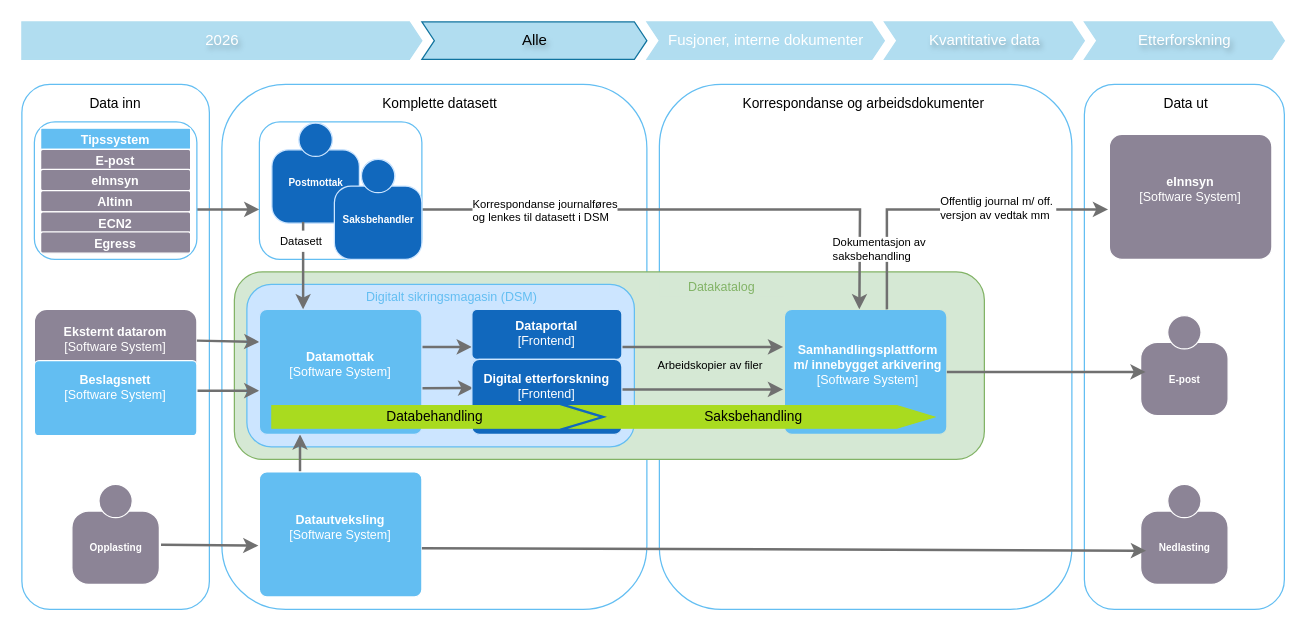
Above: page "2028 Alle" (6 of 9) of dataflyt.drawio in mortenee/draw.io (draw.io), before the change. Source tidied: cells renumbered, new cells numbered last; positions are measured from the earlier drawing's top-left corner, leaving out a move shared by most shapes. Both pictures are drawn from the tidied source at 125%, with x=0, y=0 at pixel (21, 21).
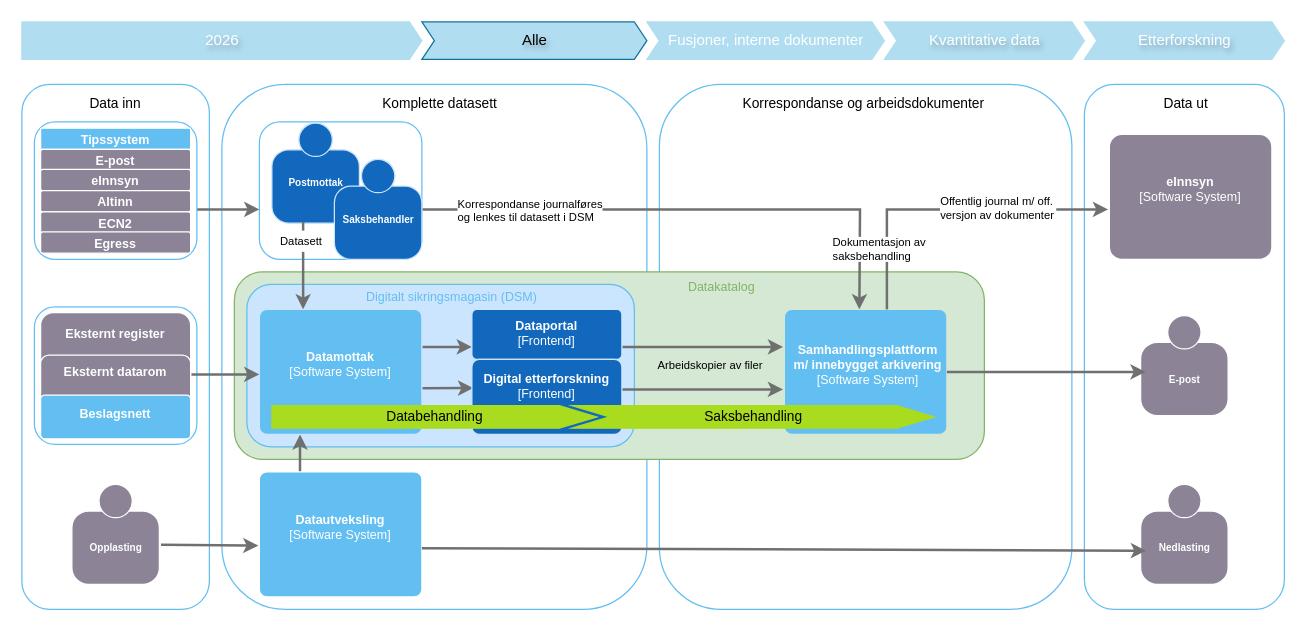
The same diagram, later.

The change refers to these unchanged cells:
```xml
<mxCell id="31" style="edgeStyle=orthogonalEdgeStyle;rounded=0;jettySize=auto;html=1;strokeColor=#707070;strokeWidth=2;fontColor=#707070;exitX=1;exitY=0.5;exitDx=0;exitDy=0;exitPerimeter=0;" parent="1" edge="1" source="58">
  <mxGeometry relative="1" as="geometry">
    <mxPoint x="670" y="230" as="targetPoint" />
  </mxGeometry>
</mxCell>
<mxCell id="34" style="edgeStyle=orthogonalEdgeStyle;rounded=0;jettySize=auto;html=1;strokeColor=#707070;strokeWidth=2;fontColor=#707070;entryX=-0.008;entryY=0.6;entryDx=0;entryDy=0;entryPerimeter=0;exitX=0.631;exitY=0;exitDx=0;exitDy=0;exitPerimeter=0;" parent="1" edge="1" source="12" target="33">
  <mxGeometry relative="1" as="geometry" />
</mxCell>
```

Diff of the diagram source:
```diff
@@
-    <object id="3" label="&lt;font&gt;&lt;b&gt;%c4Name%&lt;/b&gt;&lt;/font&gt;&lt;div&gt;[%c4Type%]&lt;/div&gt;&lt;br&gt;&lt;div&gt;&lt;font&gt;&lt;font color=&quot;#cccccc&quot;&gt;%c4Description%&lt;/font&gt;&lt;/font&gt;&lt;/div&gt;" c4Description="" c4Name="Eksternt datarom" c4Type="Software System" placeholders="1">
-      <mxCell style="rounded=1;whiteSpace=wrap;html=1;labelBackgroundColor=none;fillColor=#8C8496;fontColor=#ffffff;align=center;arcSize=10;strokeColor=#FFFFFF;points=[[0.25,0,0],[0.5,0,0],[0.75,0,0],[1,0.25,0],[1,0.5,0],[1,0.75,0],[0.75,1,0],[0.5,1,0],[0.25,1,0],[0,0.75,0],[0,0.5,0],[0,0.25,0]];spacingBottom=40;fontSize=10;" parent="1" vertex="1">
-        <mxGeometry x="10" y="230" width="130" height="100" as="geometry" />
-      </mxCell>
-    </object>
@@
-    <mxCell id="8" style="edgeStyle=none;rounded=0;jettySize=auto;html=1;strokeColor=#707070;strokeWidth=2;fontColor=#707070;exitX=0.985;exitY=0.4;exitDx=0;exitDy=0;exitPerimeter=0;entryX=0;entryY=0.64;entryDx=0;entryDy=0;entryPerimeter=0;" parent="1" edge="1" source="19">
-      <mxGeometry relative="1" as="geometry">
-        <mxPoint x="190" y="295" as="targetPoint" />
-      </mxGeometry>
-    </mxCell>
@@
-    <object id="19" label="&lt;font&gt;&lt;b&gt;%c4Name%&lt;/b&gt;&lt;/font&gt;&lt;div&gt;[%c4Type%]&lt;/div&gt;&lt;br&gt;&lt;div&gt;&lt;font&gt;&lt;font color=&quot;#cccccc&quot;&gt;%c4Description%&lt;/font&gt;&lt;/font&gt;&lt;/div&gt;" c4Description="" c4Name="Beslagsnett" c4Type="Software System" placeholders="1">
-      <mxCell style="rounded=1;whiteSpace=wrap;html=1;labelBackgroundColor=none;fillColor=#63BEF2;fontColor=#ffffff;align=center;arcSize=6;strokeColor=#FFFFFF;points=[[0.25,0,0],[0.5,0,0],[0.75,0,0],[1,0.25,0],[1,0.5,0],[1,0.75,0],[0.75,1,0],[0.5,1,0],[0.25,1,0],[0,0.75,0],[0,0.5,0],[0,0.25,0]];verticalAlign=middle;fontFamily=Helvetica;fontSize=10;spacingBottom=6;" parent="1" vertex="1">
-        <mxGeometry x="10" y="271" width="130" height="60" as="geometry" />
-      </mxCell>
-    </object>
-    <mxCell id="20" style="edgeStyle=none;rounded=0;jettySize=auto;html=1;strokeColor=#707070;strokeWidth=2;fontColor=#707070;entryX=0;entryY=0.25;entryDx=0;entryDy=0;entryPerimeter=0;exitX=1;exitY=0.25;exitDx=0;exitDy=0;exitPerimeter=0;" parent="1" edge="1" source="3">
-      <mxGeometry relative="1" as="geometry">
-        <mxPoint x="190" y="256" as="targetPoint" />
-      </mxGeometry>
-    </mxCell>
@@
     <mxCell id="32" value="Korrespondanse journalføres&lt;div&gt;&lt;span style=&quot;color: light-dark(rgb(0, 0, 0), rgb(255, 255, 255));&quot;&gt;og lenkes&amp;nbsp;&lt;/span&gt;&lt;span style=&quot;color: light-dark(rgb(0, 0, 0), rgb(255, 255, 255));&quot;&gt;til datasett i DSM&lt;/span&gt;&lt;/div&gt;" style="edgeLabel;html=1;align=left;verticalAlign=middle;fontSize=9;" parent="31" vertex="1">
       <mxGeometry x="-0.74" y="-1" relative="1" as="geometry">
-        <mxPoint x="-17" y="-1" as="offset" />
+        <mxPoint x="-29" y="-1" as="offset" />
       </mxGeometry>
     </mxCell>
@@
-    <mxCell id="35" value="&lt;div style=&quot;text-align: left;&quot;&gt;&lt;span style=&quot;background-color: light-dark(#ffffff, var(--ge-dark-color, #121212)); color: light-dark(rgb(0, 0, 0), rgb(255, 255, 255));&quot;&gt;Offentlig journal m/&amp;nbsp;&lt;/span&gt;&lt;span style=&quot;background-color: light-dark(#ffffff, var(--ge-dark-color, #121212)); color: light-dark(rgb(0, 0, 0), rgb(255, 255, 255));&quot;&gt;off.&amp;nbsp;&lt;/span&gt;&lt;/div&gt;&lt;div style=&quot;text-align: left;&quot;&gt;&lt;span style=&quot;background-color: light-dark(#ffffff, var(--ge-dark-color, #121212)); color: light-dark(rgb(0, 0, 0), rgb(255, 255, 255));&quot;&gt;versjon av vedtak mm&lt;/span&gt;&lt;/div&gt;" style="edgeLabel;html=1;align=center;verticalAlign=middle;fontSize=9;" parent="34" vertex="1">
+    <mxCell id="35" value="&lt;div style=&quot;text-align: left;&quot;&gt;&lt;span style=&quot;background-color: light-dark(#ffffff, var(--ge-dark-color, #121212)); color: light-dark(rgb(0, 0, 0), rgb(255, 255, 255));&quot;&gt;Offentlig journal m/&amp;nbsp;&lt;/span&gt;&lt;span style=&quot;background-color: light-dark(#ffffff, var(--ge-dark-color, #121212)); color: light-dark(rgb(0, 0, 0), rgb(255, 255, 255));&quot;&gt;off.&amp;nbsp;&lt;/span&gt;&lt;/div&gt;&lt;div style=&quot;text-align: left;&quot;&gt;&lt;span style=&quot;background-color: light-dark(#ffffff, var(--ge-dark-color, #121212)); color: light-dark(rgb(0, 0, 0), rgb(255, 255, 255));&quot;&gt;versjon av dokumenter&lt;/span&gt;&lt;/div&gt;" style="edgeLabel;html=1;align=center;verticalAlign=middle;fontSize=9;" parent="34" vertex="1">
       <mxGeometry x="0.38" y="6" relative="1" as="geometry">
         <mxPoint x="-8" y="4" as="offset" />
       </mxGeometry>
     </mxCell>
@@
+    <mxCell id="61" style="rounded=1;whiteSpace=wrap;html=1;labelBorderColor=none;shadow=0;strokeColor=#63BEF2;" parent="1" vertex="1">
+      <mxGeometry x="10" y="228" width="130" height="110" as="geometry" />
+    </mxCell>
+    <mxCell id="62" style="edgeStyle=none;rounded=0;orthogonalLoop=1;jettySize=auto;html=1;strokeColor=#707070;strokeWidth=2;fontColor=#707070;exitX=0.985;exitY=0.4;exitDx=0;exitDy=0;exitPerimeter=0;entryX=0;entryY=0.64;entryDx=0;entryDy=0;entryPerimeter=0;" parent="1" edge="1">
+      <mxGeometry relative="1" as="geometry">
+        <mxPoint x="88" y="282" as="sourcePoint" />
+        <mxPoint x="190" y="282" as="targetPoint" />
+      </mxGeometry>
+    </mxCell>
+    <object id="63" label="&lt;b&gt;%c4Name%&lt;/b&gt;&lt;div&gt;%c4Description%&lt;/div&gt;" c4Description="" c4Name="Eksternt register" placeholders="1">
+      <mxCell style="rounded=1;whiteSpace=wrap;html=1;labelBackgroundColor=none;fillColor=#8C8496;fontColor=#ffffff;align=center;arcSize=10;strokeColor=#FFFFFF;spacingBottom=68;fontSize=10;spacingTop=0;" parent="1" vertex="1">
+        <mxGeometry x="15" y="232.5" width="120" height="101" as="geometry" />
+      </mxCell>
+    </object>
+    <object id="64" label="&lt;b&gt;%c4Name%&lt;/b&gt;&lt;div&gt;%c4Description%&lt;/div&gt;" c4Description="" c4Name="Eksternt datarom" placeholders="1">
+      <mxCell style="rounded=1;whiteSpace=wrap;html=1;labelBackgroundColor=none;fillColor=#8C8496;fontColor=#ffffff;align=center;arcSize=10;strokeColor=#FFFFFF;spacingBottom=40;fontSize=10;" parent="1" vertex="1">
+        <mxGeometry x="15" y="266.5" width="120" height="67" as="geometry" />
+      </mxCell>
+    </object>
+    <object id="65" label="&lt;b&gt;%c4Name%&lt;/b&gt;&lt;div&gt;%c4Description%&lt;/div&gt;" c4Description="" c4Name="Beslagsnett" placeholders="1">
+      <mxCell style="rounded=1;whiteSpace=wrap;html=1;labelBackgroundColor=none;fillColor=#63BEF2;fontColor=#ffffff;align=center;arcSize=10;strokeColor=#FFFFFF;verticalAlign=middle;fontFamily=Helvetica;fontSize=10;spacingBottom=6;" parent="1" vertex="1">
+        <mxGeometry x="15" y="298.5" width="120" height="35" as="geometry" />
+      </mxCell>
+    </object>
```
